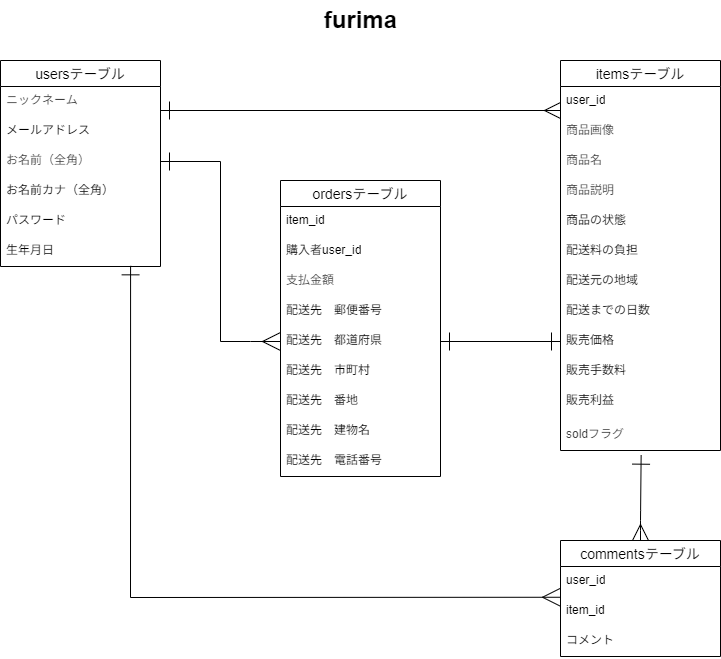
This is furima-41862-ER図.png from nn88hcs99/furima-41862, a draw.io export, as it was before one commit. Source tidied: cells renumbered, new cells last; positions are measured from the earlier drawing's top-left corner, leaving out a move shared by most shapes.
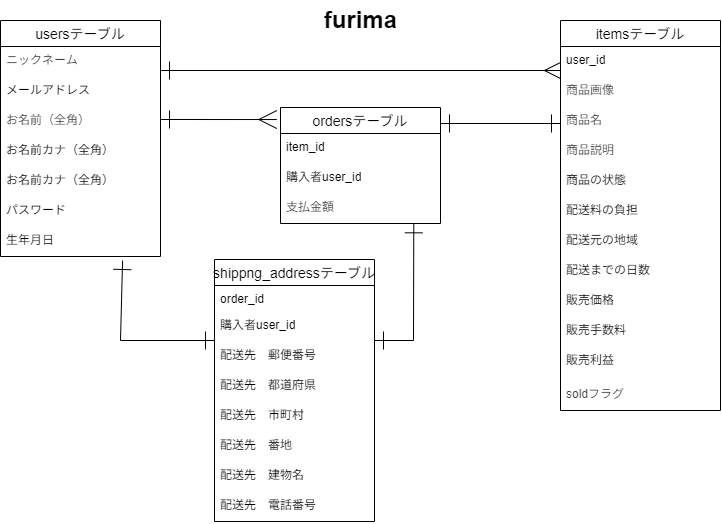
After the change.

The edit, as a diff of the source:
```diff
@@ -3,10 +3,10 @@
     <mxCell id="0" />
     <mxCell id="1" parent="0" />
     <mxCell id="2" value="furima" style="text;strokeColor=none;fillColor=none;html=1;fontSize=24;fontStyle=1;verticalAlign=middle;align=center;" parent="1" vertex="1">
-      <mxGeometry x="310" width="100" height="40" as="geometry" />
+      <mxGeometry x="310" y="40" width="100" height="40" as="geometry" />
     </mxCell>
     <mxCell id="3" value="usersテーブル" style="swimlane;fontStyle=0;horizontal=1;startSize=26;align=center;fontSize=14;" parent="1" vertex="1">
-      <mxGeometry y="60" width="160" height="206" as="geometry" />
+      <mxGeometry y="60" width="160" height="236" as="geometry" />
     </mxCell>
     <mxCell id="4" value="&lt;span style=&quot;color: rgb(63, 63, 63); text-align: center;&quot;&gt;ニックネーム&lt;/span&gt;" style="text;strokeColor=none;fillColor=none;spacingLeft=4;spacingRight=4;overflow=hidden;fontSize=12;whiteSpace=wrap;html=1;" parent="3" vertex="1">
       <mxGeometry y="26" width="160" height="30" as="geometry" />
@@ -20,11 +20,14 @@
     <mxCell id="7" value="お名前カナ（全角）" style="text;strokeColor=none;fillColor=none;spacingLeft=4;spacingRight=4;overflow=hidden;fontSize=12;whiteSpace=wrap;html=1;" parent="3" vertex="1">
       <mxGeometry y="116" width="160" height="30" as="geometry" />
     </mxCell>
+    <mxCell id="42" value="お名前カナ（全角）" style="text;strokeColor=none;fillColor=none;spacingLeft=4;spacingRight=4;overflow=hidden;fontSize=12;whiteSpace=wrap;html=1;" parent="3" vertex="1">
+      <mxGeometry y="146" width="160" height="30" as="geometry" />
+    </mxCell>
     <mxCell id="8" value="パスワード" style="text;strokeColor=none;fillColor=none;spacingLeft=4;spacingRight=4;overflow=hidden;fontSize=12;whiteSpace=wrap;html=1;" parent="3" vertex="1">
-      <mxGeometry y="146" width="160" height="30" as="geometry" />
+      <mxGeometry y="176" width="160" height="30" as="geometry" />
     </mxCell>
     <mxCell id="9" value="生年月日" style="text;strokeColor=none;fillColor=none;spacingLeft=4;spacingRight=4;overflow=hidden;points=[[0,0.5],[1,0.5]];portConstraint=eastwest;fontSize=12;whiteSpace=wrap;html=1;" parent="3" vertex="1">
-      <mxGeometry y="176" width="160" height="30" as="geometry" />
+      <mxGeometry y="206" width="160" height="30" as="geometry" />
     </mxCell>
     <mxCell id="10" value="itemsテーブル" style="swimlane;fontStyle=0;horizontal=1;startSize=26;align=center;fontSize=14;" parent="1" vertex="1">
       <mxGeometry x="560" y="60" width="160" height="390" as="geometry" />
@@ -66,7 +69,7 @@
       <mxGeometry y="360" width="160" height="30" as="geometry" />
     </mxCell>
     <mxCell id="23" value="ordersテーブル" style="swimlane;fontStyle=0;horizontal=1;startSize=26;align=center;fontSize=14;" parent="1" vertex="1">
-      <mxGeometry x="280" y="180" width="160" height="296" as="geometry" />
+      <mxGeometry x="280" y="147" width="160" height="116" as="geometry" />
     </mxCell>
     <mxCell id="24" value="item_id" style="text;strokeColor=none;fillColor=none;spacingLeft=4;spacingRight=4;overflow=hidden;fontSize=12;whiteSpace=wrap;html=1;" parent="23" vertex="1">
       <mxGeometry y="26" width="160" height="30" as="geometry" />
@@ -77,68 +80,66 @@
     <mxCell id="26" value="&lt;span style=&quot;color: rgb(63, 63, 63); text-align: center;&quot;&gt;支払金額&lt;/span&gt;" style="text;strokeColor=none;fillColor=none;spacingLeft=4;spacingRight=4;overflow=hidden;points=[[0,0.5],[1,0.5]];portConstraint=eastwest;fontSize=12;whiteSpace=wrap;html=1;" parent="23" vertex="1">
       <mxGeometry y="86" width="160" height="30" as="geometry" />
     </mxCell>
+    <mxCell id="37" style="edgeStyle=none;html=1;entryX=0.004;entryY=0.267;entryDx=0;entryDy=0;entryPerimeter=0;startArrow=ERone;startFill=0;endArrow=ERmany;endFill=0;jumpSize=12;strokeWidth=1;targetPerimeterSpacing=4;sourcePerimeterSpacing=4;endSize=14;startSize=16;flowAnimation=0;" parent="1" edge="1">
+      <mxGeometry relative="1" as="geometry">
+        <mxPoint x="160" y="110" as="sourcePoint" />
+        <mxPoint x="560" y="110" as="targetPoint" />
+      </mxGeometry>
+    </mxCell>
+    <mxCell id="40" style="endArrow=ERone;html=1;rounded=1;strokeColor=default;strokeWidth=1;align=center;verticalAlign=middle;fontFamily=Helvetica;fontSize=11;fontColor=default;labelBackgroundColor=default;edgeStyle=none;jumpSize=12;startSize=16;endSize=16;flowAnimation=0;sourcePerimeterSpacing=4;targetPerimeterSpacing=4;endFill=0;startArrow=ERone;startFill=0;" parent="1" edge="1">
+      <mxGeometry relative="1" as="geometry">
+        <mxPoint x="440" y="163" as="sourcePoint" />
+        <mxPoint x="560" y="163" as="targetPoint" />
+      </mxGeometry>
+    </mxCell>
+    <mxCell id="41" style="endArrow=ERone;html=1;rounded=0;strokeColor=default;strokeWidth=1;align=center;verticalAlign=middle;fontFamily=Helvetica;fontSize=11;fontColor=default;labelBackgroundColor=default;edgeStyle=none;jumpSize=12;startSize=16;endSize=16;flowAnimation=0;sourcePerimeterSpacing=4;targetPerimeterSpacing=4;exitX=-0.023;exitY=0.121;exitDx=0;exitDy=0;endFill=0;startArrow=ERmany;startFill=0;curved=0;exitPerimeter=0;" parent="1" edge="1">
+      <mxGeometry relative="1" as="geometry">
+        <mxPoint x="276.3" y="159" as="sourcePoint" />
+        <mxPoint x="160" y="159" as="targetPoint" />
+      </mxGeometry>
+    </mxCell>
+    <mxCell id="43" value="shippng_addressテーブル" style="swimlane;fontStyle=0;horizontal=1;startSize=26;align=center;fontSize=14;" parent="1" vertex="1">
+      <mxGeometry x="214" y="299" width="160" height="262" as="geometry" />
+    </mxCell>
+    <mxCell id="44" value="order_id" style="text;strokeColor=none;fillColor=none;spacingLeft=4;spacingRight=4;overflow=hidden;fontSize=12;whiteSpace=wrap;html=1;" parent="43" vertex="1">
+      <mxGeometry y="26" width="160" height="26" as="geometry" />
+    </mxCell>
+    <mxCell id="45" value="購入者user_id" style="text;strokeColor=none;fillColor=none;spacingLeft=4;spacingRight=4;overflow=hidden;fontSize=12;whiteSpace=wrap;html=1;" parent="43" vertex="1">
+      <mxGeometry y="52" width="160" height="30" as="geometry" />
+    </mxCell>
-    <mxCell id="27" value="配送先　郵便番号&lt;div&gt;&lt;br&gt;&lt;/div&gt;" style="text;strokeColor=none;fillColor=none;spacingLeft=4;spacingRight=4;overflow=hidden;fontSize=12;whiteSpace=wrap;html=1;" parent="23" vertex="1">
-      <mxGeometry y="116" width="160" height="30" as="geometry" />
+    <mxCell id="27" value="配送先　郵便番号&lt;div&gt;&lt;br&gt;&lt;/div&gt;" style="text;strokeColor=none;fillColor=none;spacingLeft=4;spacingRight=4;overflow=hidden;fontSize=12;whiteSpace=wrap;html=1;" parent="43" vertex="1">
+      <mxGeometry y="82" width="160" height="30" as="geometry" />
     </mxCell>
-    <mxCell id="28" value="配送先　都道府県" style="text;strokeColor=none;fillColor=none;spacingLeft=4;spacingRight=4;overflow=hidden;points=[[0,0.5],[1,0.5]];portConstraint=eastwest;fontSize=12;whiteSpace=wrap;html=1;" parent="23" vertex="1">
-      <mxGeometry y="146" width="160" height="30" as="geometry" />
+    <mxCell id="28" value="配送先　都道府県" style="text;strokeColor=none;fillColor=none;spacingLeft=4;spacingRight=4;overflow=hidden;points=[[0,0.5],[1,0.5]];portConstraint=eastwest;fontSize=12;whiteSpace=wrap;html=1;" parent="43" vertex="1">
+      <mxGeometry y="112" width="160" height="30" as="geometry" />
     </mxCell>
-    <mxCell id="29" value="配送先　市町村" style="text;strokeColor=none;fillColor=none;spacingLeft=4;spacingRight=4;overflow=hidden;fontSize=12;whiteSpace=wrap;html=1;" parent="23" vertex="1">
-      <mxGeometry y="176" width="160" height="30" as="geometry" />
+    <mxCell id="29" value="配送先　市町村" style="text;strokeColor=none;fillColor=none;spacingLeft=4;spacingRight=4;overflow=hidden;fontSize=12;whiteSpace=wrap;html=1;" parent="43" vertex="1">
+      <mxGeometry y="142" width="160" height="30" as="geometry" />
     </mxCell>
-    <mxCell id="30" value="配送先　番地" style="text;strokeColor=none;fillColor=none;spacingLeft=4;spacingRight=4;overflow=hidden;fontSize=12;whiteSpace=wrap;html=1;" parent="23" vertex="1">
-      <mxGeometry y="206" width="160" height="30" as="geometry" />
+    <mxCell id="30" value="配送先　番地" style="text;strokeColor=none;fillColor=none;spacingLeft=4;spacingRight=4;overflow=hidden;fontSize=12;whiteSpace=wrap;html=1;" parent="43" vertex="1">
+      <mxGeometry y="172" width="160" height="30" as="geometry" />
     </mxCell>
-    <mxCell id="31" value="配送先　建物名" style="text;strokeColor=none;fillColor=none;spacingLeft=4;spacingRight=4;overflow=hidden;fontSize=12;whiteSpace=wrap;html=1;" parent="23" vertex="1">
-      <mxGeometry y="236" width="160" height="30" as="geometry" />
+    <mxCell id="31" value="配送先　建物名" style="text;strokeColor=none;fillColor=none;spacingLeft=4;spacingRight=4;overflow=hidden;fontSize=12;whiteSpace=wrap;html=1;" parent="43" vertex="1">
+      <mxGeometry y="202" width="160" height="30" as="geometry" />
     </mxCell>
-    <mxCell id="32" value="配送先　電話番号" style="text;strokeColor=none;fillColor=none;spacingLeft=4;spacingRight=4;overflow=hidden;fontSize=12;whiteSpace=wrap;html=1;" parent="23" vertex="1">
-      <mxGeometry y="266" width="160" height="30" as="geometry" />
+    <mxCell id="32" value="配送先　電話番号" style="text;strokeColor=none;fillColor=none;spacingLeft=4;spacingRight=4;overflow=hidden;fontSize=12;whiteSpace=wrap;html=1;" parent="43" vertex="1">
+      <mxGeometry y="232" width="160" height="30" as="geometry" />
     </mxCell>
-    <mxCell id="33" value="commentsテーブル" style="swimlane;fontStyle=0;horizontal=1;startSize=26;align=center;fontSize=14;" parent="1" vertex="1">
-      <mxGeometry x="560" y="540" width="160" height="116" as="geometry" />
-    </mxCell>
-    <mxCell id="34" value="user_id" style="text;strokeColor=none;fillColor=none;spacingLeft=4;spacingRight=4;overflow=hidden;fontSize=12;whiteSpace=wrap;html=1;" parent="33" vertex="1">
-      <mxGeometry y="26" width="160" height="30" as="geometry" />
-    </mxCell>
-    <mxCell id="35" value="item_id" style="text;strokeColor=none;fillColor=none;spacingLeft=4;spacingRight=4;overflow=hidden;fontSize=12;whiteSpace=wrap;html=1;" parent="33" vertex="1">
-      <mxGeometry y="56" width="160" height="30" as="geometry" />
-    </mxCell>
-    <mxCell id="36" value="コメント" style="text;strokeColor=none;fillColor=none;spacingLeft=4;spacingRight=4;overflow=hidden;fontSize=12;whiteSpace=wrap;html=1;" parent="33" vertex="1">
-      <mxGeometry y="86" width="160" height="30" as="geometry" />
-    </mxCell>
-    <mxCell id="37" style="edgeStyle=none;html=1;entryX=0.004;entryY=0.267;entryDx=0;entryDy=0;entryPerimeter=0;startArrow=ERone;startFill=0;endArrow=ERmany;endFill=0;jumpSize=12;strokeWidth=1;targetPerimeterSpacing=4;sourcePerimeterSpacing=4;endSize=14;startSize=16;flowAnimation=0;" parent="1" edge="1">
-      <mxGeometry relative="1" as="geometry">
-        <mxPoint x="160" y="110" as="sourcePoint" />
-        <mxPoint x="560" y="110" as="targetPoint" />
-      </mxGeometry>
-    </mxCell>
-    <mxCell id="38" style="edgeStyle=none;html=1;entryX=0.004;entryY=0.267;entryDx=0;entryDy=0;entryPerimeter=0;startArrow=ERone;startFill=0;endArrow=ERmany;endFill=0;jumpSize=12;strokeWidth=1;targetPerimeterSpacing=4;sourcePerimeterSpacing=4;endSize=16;startSize=16;rounded=0;curved=0;exitX=0.813;exitY=0.978;exitDx=0;exitDy=0;exitPerimeter=0;" parent="1" edge="1" source="9">
-      <mxGeometry relative="1" as="geometry">
-        <mxPoint x="560" y="596.8" as="targetPoint" />
-        <Array as="points">
-          <mxPoint x="130" y="597" />
-        </Array>
-      </mxGeometry>
-    </mxCell>
-    <mxCell id="39" style="html=1;startArrow=ERone;startFill=0;endArrow=ERmany;endFill=0;jumpSize=12;strokeWidth=1;targetPerimeterSpacing=4;sourcePerimeterSpacing=4;endSize=14;startSize=16;entryX=0.5;entryY=0;entryDx=0;entryDy=0;exitX=0.504;exitY=1.156;exitDx=0;exitDy=0;exitPerimeter=0;" parent="1" edge="1" source="22" target="33">
-      <mxGeometry relative="1" as="geometry">
-        <Array as="points">
-          <mxPoint x="640" y="520" />
-        </Array>
-      </mxGeometry>
-    </mxCell>
-    <mxCell id="40" style="endArrow=ERone;html=1;rounded=1;strokeColor=default;strokeWidth=1;align=center;verticalAlign=middle;fontFamily=Helvetica;fontSize=11;fontColor=default;labelBackgroundColor=default;edgeStyle=none;jumpSize=12;startSize=16;endSize=16;flowAnimation=0;sourcePerimeterSpacing=4;targetPerimeterSpacing=4;entryX=0;entryY=0.5;entryDx=0;entryDy=0;exitX=1;exitY=0.5;exitDx=0;exitDy=0;endFill=0;startArrow=ERone;startFill=0;" parent="1" edge="1" source="28" target="19">
-      <mxGeometry relative="1" as="geometry" />
-    </mxCell>
-    <mxCell id="41" style="endArrow=ERone;html=1;rounded=0;strokeColor=default;strokeWidth=1;align=center;verticalAlign=middle;fontFamily=Helvetica;fontSize=11;fontColor=default;labelBackgroundColor=default;edgeStyle=none;jumpSize=12;startSize=16;endSize=16;flowAnimation=0;sourcePerimeterSpacing=4;targetPerimeterSpacing=4;entryX=1;entryY=0.5;entryDx=0;entryDy=0;exitX=0;exitY=0.5;exitDx=0;exitDy=0;endFill=0;startArrow=ERmany;startFill=0;curved=0;" parent="1" edge="1" source="28" target="6">
-      <mxGeometry relative="1" as="geometry">
-        <Array as="points">
-          <mxPoint x="250" y="341" />
-          <mxPoint x="220" y="341" />
-          <mxPoint x="220" y="161" />
-        </Array>
-      </mxGeometry>
-    </mxCell>
+    <mxCell id="46" style="endArrow=ERone;html=1;rounded=0;strokeColor=default;strokeWidth=1;align=center;verticalAlign=middle;fontFamily=Helvetica;fontSize=11;fontColor=default;labelBackgroundColor=default;edgeStyle=none;jumpSize=12;startSize=16;endSize=16;flowAnimation=0;sourcePerimeterSpacing=4;targetPerimeterSpacing=4;endFill=0;startArrow=ERone;startFill=0;entryX=0.833;entryY=1.011;entryDx=0;entryDy=0;entryPerimeter=0;curved=0;" parent="1" edge="1" target="26">
+      <mxGeometry relative="1" as="geometry">
+        <mxPoint x="374" y="380" as="sourcePoint" />
+        <Array as="points">
+          <mxPoint x="413" y="380" />
+        </Array>
+      </mxGeometry>
+    </mxCell>
+    <mxCell id="47" style="endArrow=ERone;html=1;rounded=0;strokeColor=default;strokeWidth=1;align=center;verticalAlign=middle;fontFamily=Helvetica;fontSize=11;fontColor=default;labelBackgroundColor=default;edgeStyle=none;jumpSize=12;startSize=16;endSize=16;flowAnimation=0;sourcePerimeterSpacing=4;targetPerimeterSpacing=4;endFill=0;startArrow=ERone;startFill=0;curved=0;exitX=0.763;exitY=1.133;exitDx=0;exitDy=0;exitPerimeter=0;" parent="1" edge="1" source="9">
+      <mxGeometry relative="1" as="geometry">
+        <mxPoint x="214" y="380" as="targetPoint" />
+        <Array as="points">
+          <mxPoint x="120" y="380" />
+        </Array>
+      </mxGeometry>
+    </mxCell>
   </root>
 </mxGraphModel>
```
